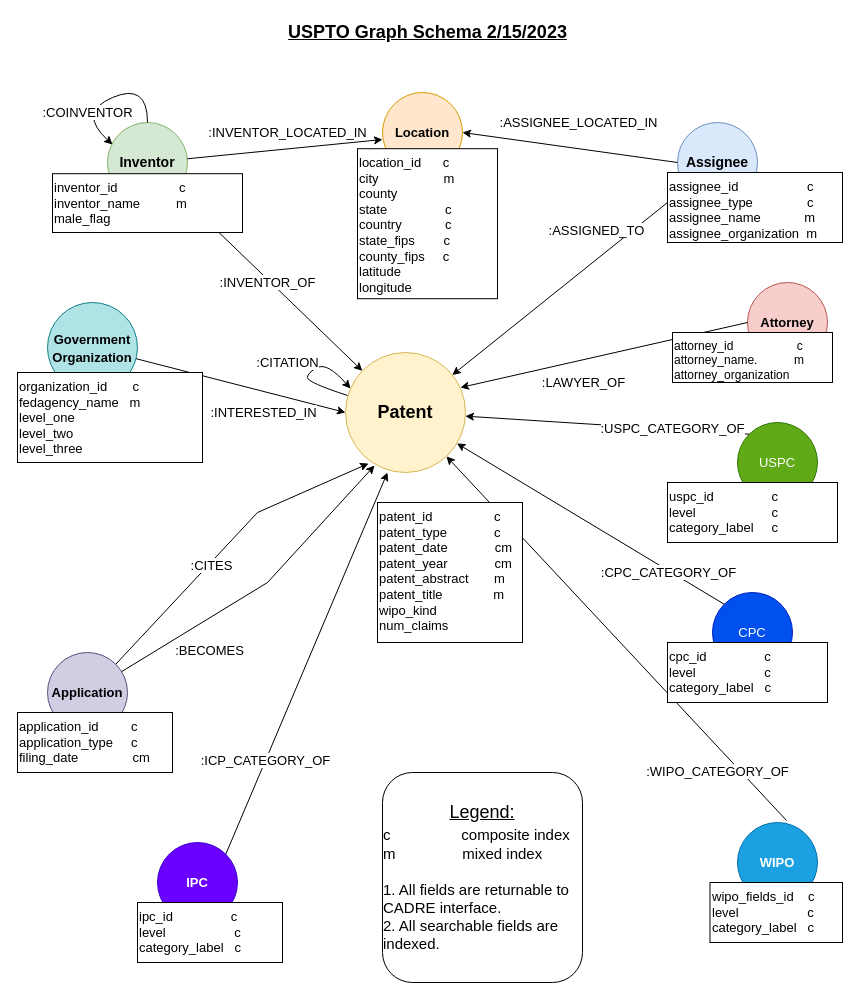
Above: uspto20220630/new_uspto_diagram.drawio in iuni-cadre/DataPipelineAndProvenanceForCADRE (draw.io), before the change. Source tidied: cells renumbered, new cells numbered last; positions are measured from the earlier drawing's top-left corner, leaving out a move shared by most shapes. Both pictures are drawn from the tidied source at 100%, with x=0, y=0 at pixel (17, 17).
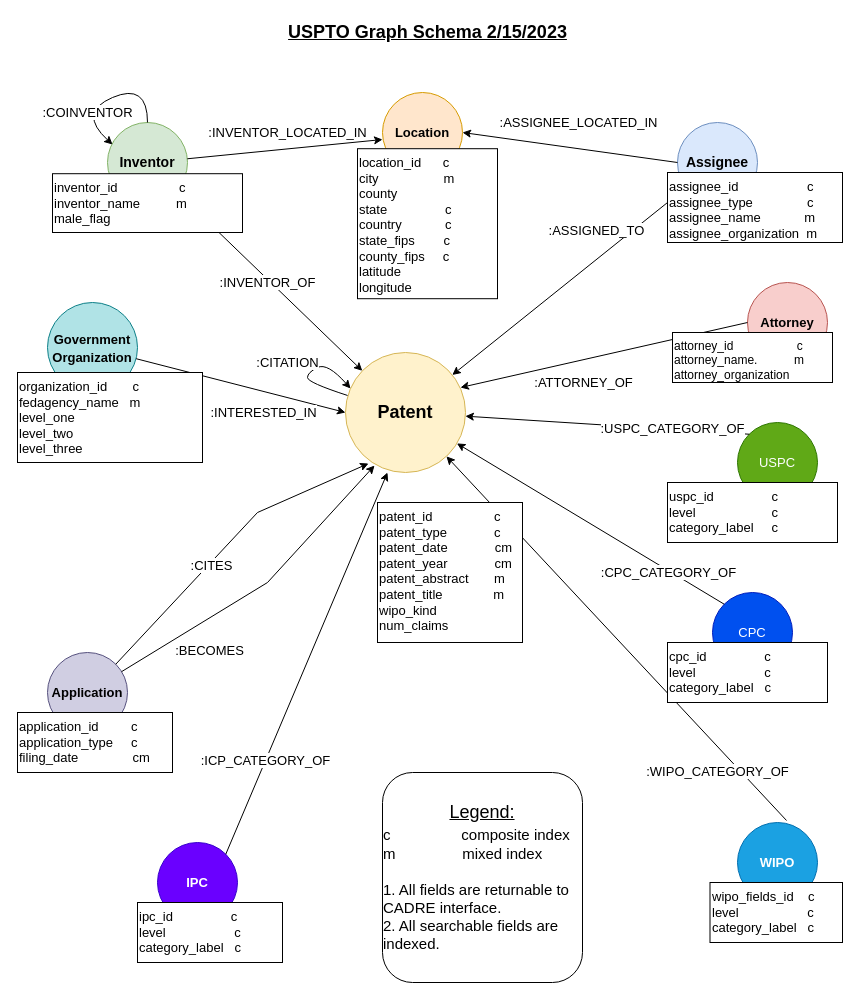
The same page after the edit.

Commit message (it also covers changes not shown here):
Made more fixes to schema diagram.

Unchanged cells that the change refers to:
```xml
<mxCell id="17" style="endArrow=classic;html=1;rounded=0;exitX=0;exitY=0.5;exitDx=0;exitDy=0;entryX=0.958;entryY=0.292;entryDx=0;entryDy=0;entryPerimeter=0;" parent="1" edge="1" source="13" target="5">
  <mxGeometry relative="1" as="geometry" />
</mxCell>
```

The edit, as a diff of the source:
```diff
@@
-    <mxCell id="18" value=":LAWYER_OF" style="edgeLabel;html=1;align=center;verticalAlign=middle;fontSize=13;" parent="17" vertex="1">
+    <mxCell id="18" value=":ATTORNEY_OF" style="edgeLabel;html=1;align=center;verticalAlign=middle;fontSize=13;" parent="17" vertex="1">
       <mxGeometry x="-0.09" y="-1" relative="1" as="geometry">
         <mxPoint x="-34" y="31" as="offset" />
       </mxGeometry>
     </mxCell>
```
